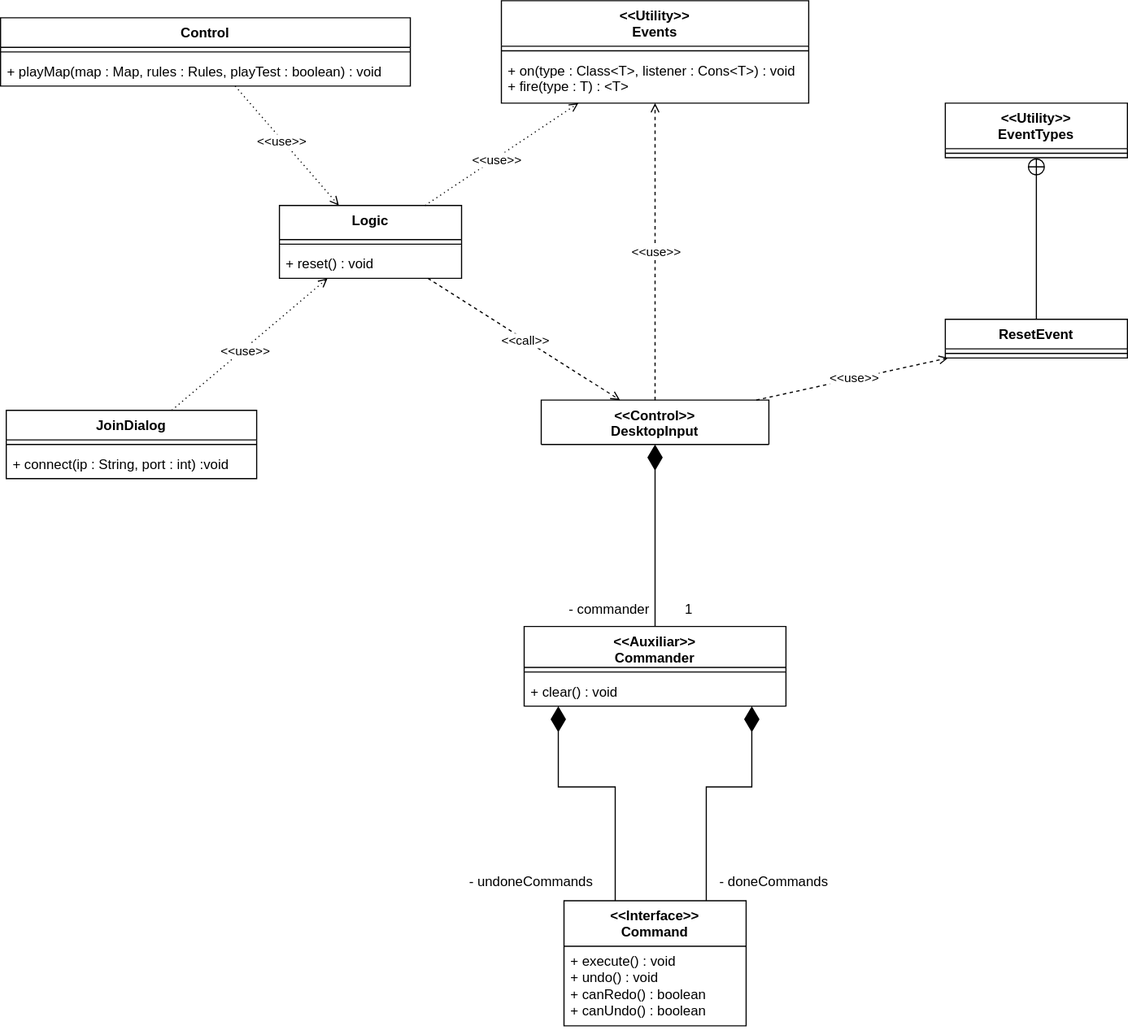
Earlier version of the draw.io export SE202526/Milestone3/UserStory1/Assets/EnterMapClass.drawio.svg (gabits17/Mindustry-Add-ons-SE-Project). Source tidied: cells renumbered, new cells last; positions are measured from the earlier drawing's top-left corner, leaving out a move shared by most shapes.
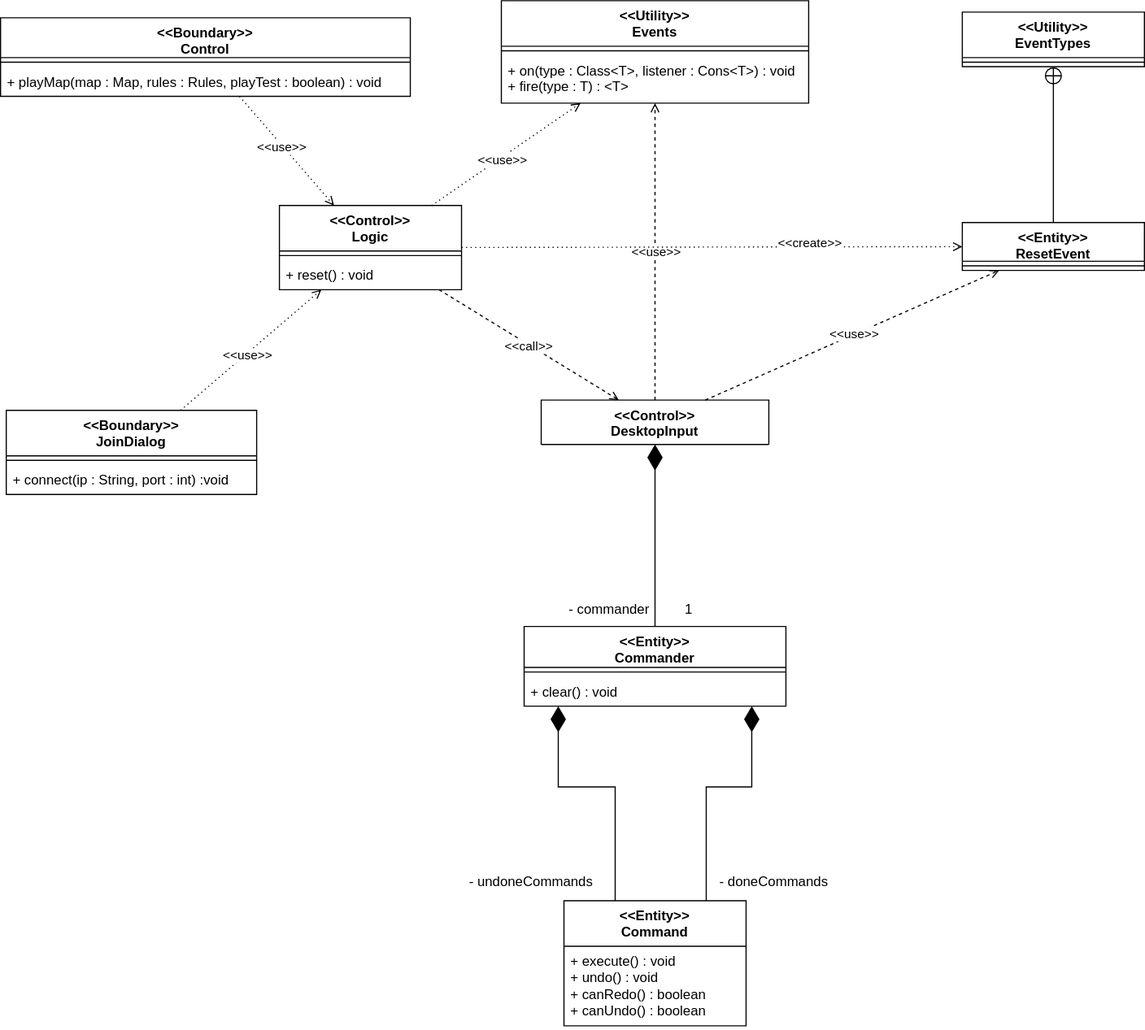
The same diagram one commit later.

Commit message:
All the class diagrams where changed based on the feedback given by the professor

Change to the diagram source:
```diff
@@ -5,7 +5,7 @@
     <mxCell id="2" style="edgeStyle=orthogonalEdgeStyle;rounded=0;jettySize=auto;html=1;endArrow=diamondThin;endFill=1;endSize=20;" parent="1" edge="1" source="3" target="13">
       <mxGeometry relative="1" as="geometry" />
     </mxCell>
-    <mxCell id="3" value="&lt;div&gt;&amp;lt;&amp;lt;Auxiliar&amp;gt;&amp;gt;&lt;/div&gt;&lt;div&gt;Commander&lt;/div&gt;" style="swimlane;fontStyle=1;align=center;verticalAlign=top;horizontal=1;startSize=36;whiteSpace=wrap;html=1;" parent="1" vertex="1">
+    <mxCell id="3" value="&lt;div&gt;&amp;lt;&amp;lt;Entity&amp;gt;&amp;gt;&lt;/div&gt;&lt;div&gt;Commander&lt;/div&gt;" style="swimlane;fontStyle=1;align=center;verticalAlign=top;horizontal=1;startSize=36;whiteSpace=wrap;html=1;" parent="1" vertex="1">
       <mxGeometry x="460" y="550" width="230" height="70" as="geometry" />
     </mxCell>
     <mxCell id="4" style="line;strokeWidth=1;fillColor=none;align=left;verticalAlign=middle;spacingTop=-1;spacingLeft=3;spacingRight=3;labelPosition=right;strokeColor=inherit;" parent="3" vertex="1">
@@ -33,7 +33,7 @@
         </Array>
       </mxGeometry>
     </mxCell>
-    <mxCell id="9" value="&lt;div&gt;&amp;lt;&amp;lt;Interface&amp;gt;&amp;gt;&lt;/div&gt;&lt;div&gt;Command&lt;/div&gt;" style="swimlane;fontStyle=1;align=center;verticalAlign=top;horizontal=1;startSize=40;whiteSpace=wrap;html=1;" parent="1" vertex="1">
+    <mxCell id="9" value="&lt;div&gt;&amp;lt;&amp;lt;Entity&amp;gt;&amp;gt;&lt;/div&gt;&lt;div&gt;Command&lt;/div&gt;" style="swimlane;fontStyle=1;align=center;verticalAlign=top;horizontal=1;startSize=40;whiteSpace=wrap;html=1;" parent="1" vertex="1">
       <mxGeometry x="495" y="791" width="160" height="110" as="geometry" />
     </mxCell>
     <mxCell id="10" value="&lt;div&gt;+ execute() : void&lt;/div&gt;&lt;div&gt;+ undo() : void&lt;/div&gt;&lt;div&gt;+ canRedo() : boolean&lt;/div&gt;&lt;div&gt;+ canUndo() : boolean&lt;/div&gt;" style="text;strokeColor=none;fillColor=none;align=left;verticalAlign=top;spacingLeft=4;spacingRight=4;overflow=hidden;whiteSpace=wrap;html=1;" parent="9" vertex="1">
@@ -57,14 +57,14 @@
     <mxCell id="16" value="&amp;lt;&amp;lt;call&amp;gt;&amp;gt;" style="edgeLabel;html=1;align=center;verticalAlign=middle;" parent="15" vertex="1">
       <mxGeometry x="0.01" y="-1" relative="1" as="geometry" />
     </mxCell>
-    <mxCell id="17" value="Logic" style="swimlane;fontStyle=1;align=center;verticalAlign=top;horizontal=1;startSize=30;whiteSpace=wrap;html=1;" parent="1" vertex="1">
-      <mxGeometry x="245" y="180" width="160" height="64" as="geometry" />
+    <mxCell id="17" value="&amp;lt;&amp;lt;Control&amp;gt;&amp;gt;&lt;div&gt;Logic&lt;/div&gt;" style="swimlane;fontStyle=1;align=center;verticalAlign=top;horizontal=1;startSize=40;whiteSpace=wrap;html=1;" parent="1" vertex="1">
+      <mxGeometry x="245" y="180" width="160" height="74" as="geometry" />
     </mxCell>
     <mxCell id="18" style="line;strokeWidth=1;fillColor=none;align=left;verticalAlign=middle;spacingTop=-1;spacingLeft=3;spacingRight=3;labelPosition=right;strokeColor=inherit;" parent="17" vertex="1">
-      <mxGeometry y="30" width="160" height="8" as="geometry" />
+      <mxGeometry y="40" width="160" height="8" as="geometry" />
     </mxCell>
     <mxCell id="19" value="+ reset() : void" style="text;strokeColor=none;fillColor=none;align=left;verticalAlign=top;spacingLeft=4;spacingRight=4;overflow=hidden;whiteSpace=wrap;html=1;" parent="17" vertex="1">
-      <mxGeometry y="38" width="160" height="26" as="geometry" />
+      <mxGeometry y="48" width="160" height="26" as="geometry" />
     </mxCell>
     <mxCell id="20" value="&lt;div&gt;&amp;lt;&amp;lt;Utility&amp;gt;&amp;gt;&lt;/div&gt;&lt;div&gt;Events&lt;/div&gt;" style="swimlane;fontStyle=1;align=center;verticalAlign=top;horizontal=1;startSize=40;whiteSpace=wrap;html=1;" parent="1" vertex="1">
       <mxGeometry x="440" width="270" height="90" as="geometry" />
@@ -91,14 +91,14 @@
         <mxPoint y="-1" as="offset" />
       </mxGeometry>
     </mxCell>
-    <mxCell id="27" value="Control" style="swimlane;fontStyle=1;align=center;verticalAlign=top;horizontal=1;startSize=26;whiteSpace=wrap;html=1;" parent="1" vertex="1">
-      <mxGeometry y="15" width="360" height="60" as="geometry" />
+    <mxCell id="27" value="&amp;lt;&amp;lt;Boundary&amp;gt;&amp;gt;&lt;div&gt;Control&lt;/div&gt;" style="swimlane;fontStyle=1;align=center;verticalAlign=top;horizontal=1;startSize=35;whiteSpace=wrap;html=1;" parent="1" vertex="1">
+      <mxGeometry y="15" width="360" height="69" as="geometry" />
     </mxCell>
     <mxCell id="28" style="line;strokeWidth=1;fillColor=none;align=left;verticalAlign=middle;spacingTop=-1;spacingLeft=3;spacingRight=3;labelPosition=right;strokeColor=inherit;" parent="27" vertex="1">
-      <mxGeometry y="26" width="360" height="8" as="geometry" />
+      <mxGeometry y="35" width="360" height="8" as="geometry" />
     </mxCell>
     <mxCell id="29" value="+ playMap(map : Map, rules : Rules, playTest : boolean) : void" style="text;strokeColor=none;fillColor=none;align=left;verticalAlign=top;spacingLeft=4;spacingRight=4;overflow=hidden;whiteSpace=wrap;html=1;" parent="27" vertex="1">
-      <mxGeometry y="34" width="360" height="26" as="geometry" />
+      <mxGeometry y="43" width="360" height="26" as="geometry" />
     </mxCell>
     <mxCell id="30" style="endArrow=open;dashed=1;html=1;dashPattern=1 3;strokeWidth=1;rounded=0;endFill=0;" parent="1" edge="1" source="27" target="17">
       <mxGeometry relative="1" as="geometry" />
@@ -108,14 +108,14 @@
         <mxPoint y="-1" as="offset" />
       </mxGeometry>
     </mxCell>
-    <mxCell id="32" value="JoinDialog" style="swimlane;fontStyle=1;align=center;verticalAlign=top;horizontal=1;startSize=26;whiteSpace=wrap;html=1;" parent="1" vertex="1">
-      <mxGeometry x="5" y="360" width="220" height="60" as="geometry" />
+    <mxCell id="32" value="&amp;lt;&amp;lt;Boundary&amp;gt;&amp;gt;&lt;div&gt;JoinDialog&lt;/div&gt;" style="swimlane;fontStyle=1;align=center;verticalAlign=top;horizontal=1;startSize=40;whiteSpace=wrap;html=1;" parent="1" vertex="1">
+      <mxGeometry x="5" y="360" width="220" height="74" as="geometry" />
     </mxCell>
     <mxCell id="33" style="line;strokeWidth=1;fillColor=none;align=left;verticalAlign=middle;spacingTop=-1;spacingLeft=3;spacingRight=3;labelPosition=right;strokeColor=inherit;" parent="32" vertex="1">
-      <mxGeometry y="26" width="220" height="8" as="geometry" />
+      <mxGeometry y="40" width="220" height="8" as="geometry" />
     </mxCell>
     <mxCell id="34" value="+ connect(ip : String, port : int) :void" style="text;strokeColor=none;fillColor=none;align=left;verticalAlign=top;spacingLeft=4;spacingRight=4;overflow=hidden;whiteSpace=wrap;html=1;" parent="32" vertex="1">
-      <mxGeometry y="34" width="220" height="26" as="geometry" />
+      <mxGeometry y="48" width="220" height="26" as="geometry" />
     </mxCell>
     <mxCell id="35" style="endArrow=open;dashed=1;html=1;dashPattern=1 3;strokeWidth=1;rounded=0;endFill=0;" parent="1" edge="1" source="32" target="17">
       <mxGeometry relative="1" as="geometry" />
@@ -126,7 +126,7 @@
       </mxGeometry>
     </mxCell>
     <mxCell id="37" value="&lt;div&gt;&amp;lt;&amp;lt;Utility&amp;gt;&amp;gt;&lt;/div&gt;&lt;div&gt;EventTypes&lt;/div&gt;" style="swimlane;fontStyle=1;align=center;verticalAlign=top;horizontal=1;startSize=40;whiteSpace=wrap;html=1;" parent="1" vertex="1">
-      <mxGeometry x="830" y="90" width="160" height="48" as="geometry" />
+      <mxGeometry x="845" y="10" width="160" height="48" as="geometry" />
     </mxCell>
     <mxCell id="38" style="line;strokeWidth=1;fillColor=none;align=left;verticalAlign=middle;spacingTop=-1;spacingLeft=3;spacingRight=3;labelPosition=right;strokeColor=inherit;" parent="37" vertex="1">
       <mxGeometry y="40" width="160" height="8" as="geometry" />
@@ -134,11 +134,11 @@
     <mxCell id="39" style="edgeStyle=orthogonalEdgeStyle;rounded=0;jettySize=auto;html=1;endArrow=circlePlus;endFill=0;" parent="1" edge="1" source="40" target="37">
       <mxGeometry relative="1" as="geometry" />
     </mxCell>
-    <mxCell id="40" value="ResetEvent" style="swimlane;fontStyle=1;align=center;verticalAlign=top;horizontal=1;startSize=26;whiteSpace=wrap;html=1;" parent="1" vertex="1">
-      <mxGeometry x="830" y="280" width="160" height="34" as="geometry" />
+    <mxCell id="40" value="&amp;lt;&amp;lt;Entity&amp;gt;&amp;gt;&lt;div&gt;ResetEvent&lt;/div&gt;" style="swimlane;fontStyle=1;align=center;verticalAlign=top;horizontal=1;startSize=34;whiteSpace=wrap;html=1;" parent="1" vertex="1">
+      <mxGeometry x="845" y="195" width="160" height="42" as="geometry" />
     </mxCell>
     <mxCell id="41" style="line;strokeWidth=1;fillColor=none;align=left;verticalAlign=middle;spacingTop=-1;spacingLeft=3;spacingRight=3;labelPosition=right;strokeColor=inherit;" parent="40" vertex="1">
-      <mxGeometry y="26" width="160" height="8" as="geometry" />
+      <mxGeometry y="34" width="160" height="8" as="geometry" />
     </mxCell>
     <mxCell id="42" style="endArrow=open;dashed=1;html=1;strokeWidth=1;rounded=0;endFill=0;" parent="1" edge="1" source="13" target="40">
       <mxGeometry relative="1" as="geometry" />
@@ -148,5 +148,13 @@
         <mxPoint x="1" as="offset" />
       </mxGeometry>
     </mxCell>
+    <mxCell id="44" style="endArrow=open;dashed=1;html=1;dashPattern=1 3;strokeWidth=1;rounded=0;endFill=0;" parent="1" edge="1" source="17" target="40">
+      <mxGeometry relative="1" as="geometry" />
+    </mxCell>
+    <mxCell id="45" value="&amp;lt;&amp;lt;create&amp;gt;&amp;gt;" style="edgeLabel;html=1;align=center;verticalAlign=middle;" parent="44" vertex="1">
+      <mxGeometry x="-0.08" y="-2" relative="1" as="geometry">
+        <mxPoint x="104" y="-6" as="offset" />
+      </mxGeometry>
+    </mxCell>
   </root>
 </mxGraphModel>
```
